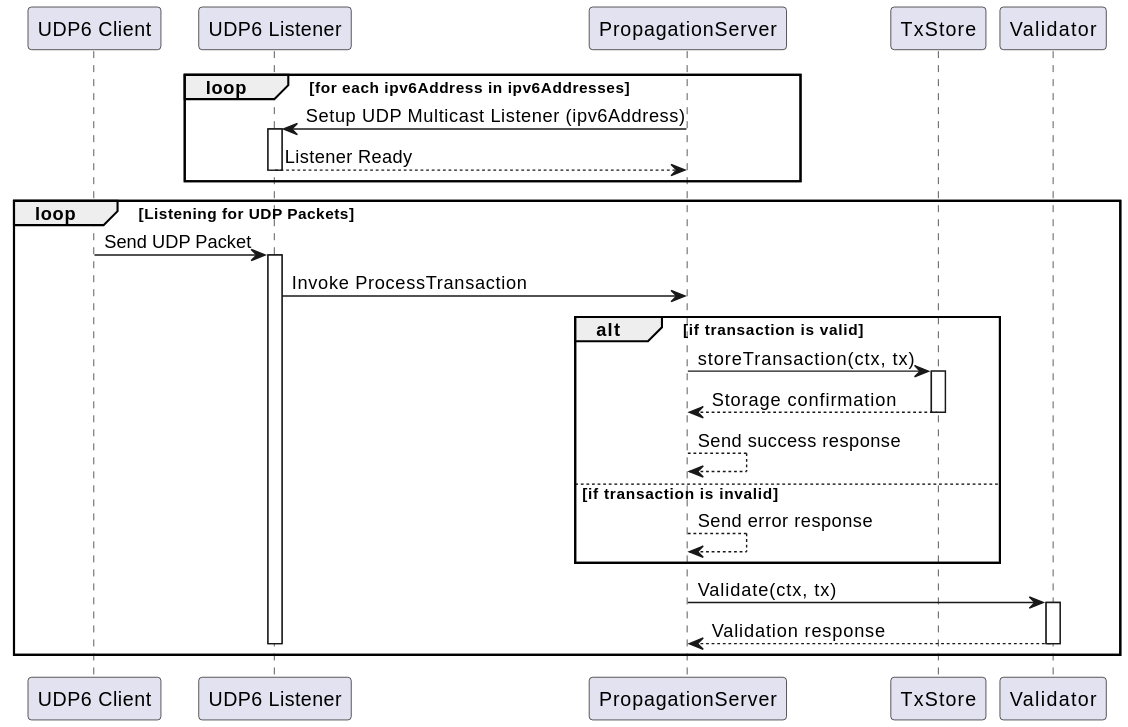
Earlier version of the PlantUML export docs/services/img/plantuml/propagation/propagation_udp_ipv6.svg (freemans13/teranode). Its source is kept beside it as docs/services/img/plantuml/propagation/propagation_udp_ipv6.puml.
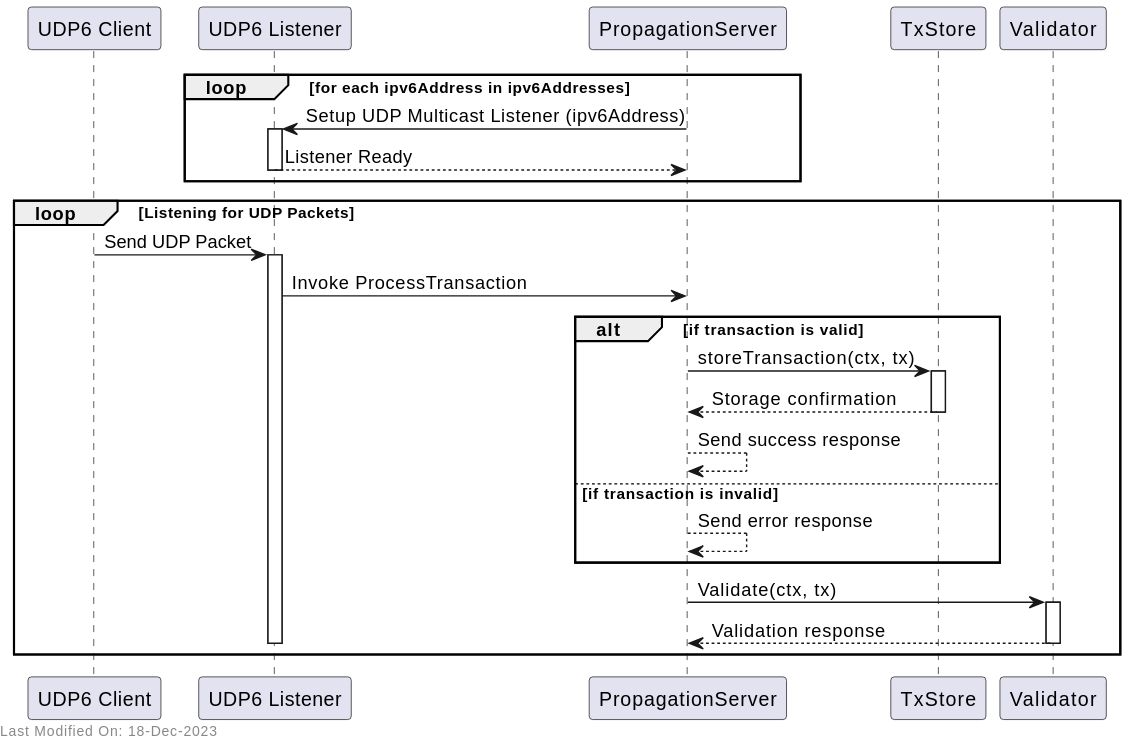
After the commit.

The edit, as a diff of the source:
```diff
@@ -36,4 +36,6 @@
     deactivate UDPListener
 end
 
+left footer Last Modified On: 18-Dec-2023
+
 @enduml
```
